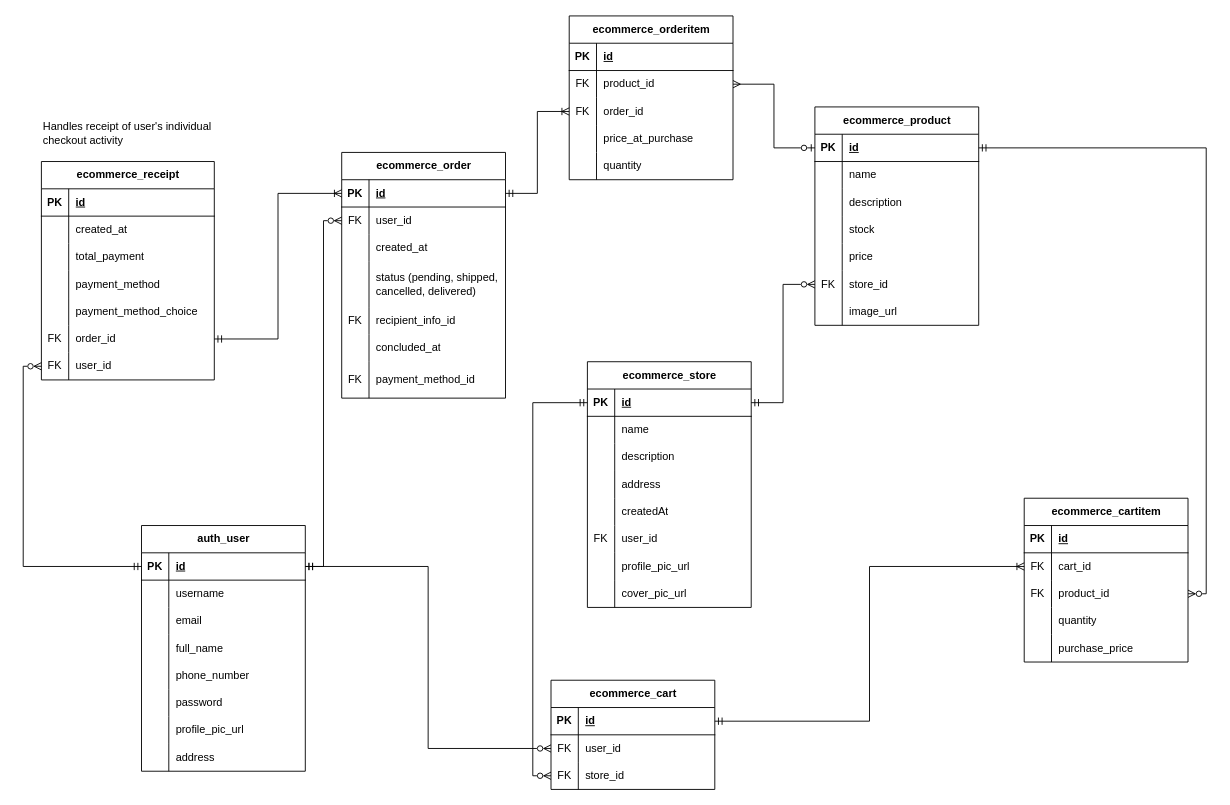
RHILIUS/drawio keeps this draw.io diagram as page "Order a product (Checkout)" (3 of 3) of E-Commerce API ERD.drawio. Above is the earlier version. Source tidied: cells renumbered, new cells numbered last; positions are measured from the earlier drawing's top-left corner, leaving out a move shared by most shapes. Both pictures are drawn from the tidied source at 91%, with x=0, y=0 at pixel (41, 15).
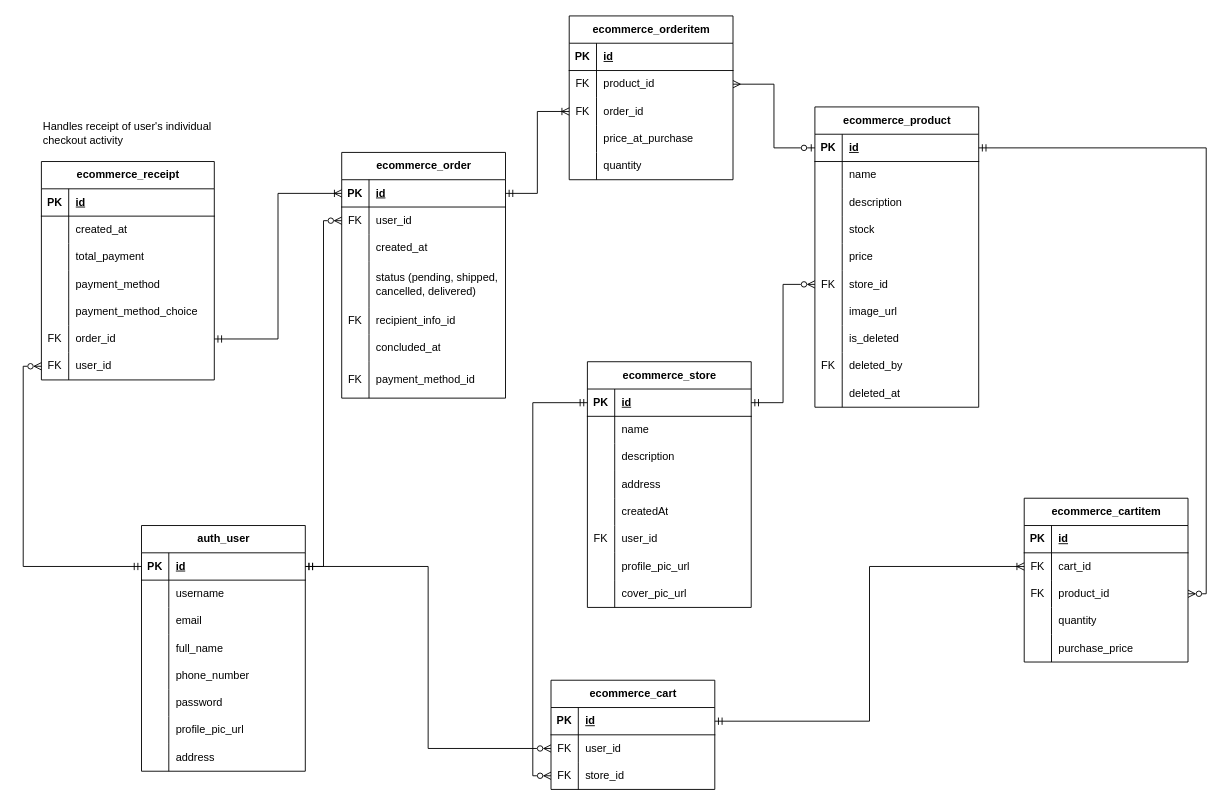
The same page after the edit.

Change to the diagram source:
```diff
@@
     <mxCell id="67" value="ecommerce_product" style="shape=table;startSize=30;childLayout=tableLayout;rowLines=0;fontStyle=1;align=center;html=1;" parent="1" vertex="1">
-      <mxGeometry x="850" y="100" width="180" height="240" as="geometry" />
+      <mxGeometry x="850" y="100" width="180" height="330" as="geometry" />
     </mxCell>
@@
+    <mxCell id="171" style="shape=tableRow;horizontal=0;startSize=0;swimlaneHead=0;swimlaneBody=0;fillColor=none;top=0;left=0;right=0;bottom=0;" parent="67" vertex="1">
+      <mxGeometry y="240" width="180" height="30" as="geometry" />
+    </mxCell>
+    <mxCell id="172" style="shape=partialRectangle;fillColor=none;top=0;left=0;bottom=0;right=0;overflow=hidden;whiteSpace=wrap;html=1;" parent="171" vertex="1">
+      <mxGeometry width="30" height="30" as="geometry" />
+    </mxCell>
+    <mxCell id="173" value="is_deleted" style="shape=partialRectangle;fillColor=none;top=0;left=0;bottom=0;right=0;align=left;spacingLeft=6;overflow=hidden;whiteSpace=wrap;html=1;" parent="171" vertex="1">
+      <mxGeometry x="30" width="150" height="30" as="geometry" />
+    </mxCell>
+    <mxCell id="174" style="shape=tableRow;horizontal=0;startSize=0;swimlaneHead=0;swimlaneBody=0;fillColor=none;top=0;left=0;right=0;bottom=0;" parent="67" vertex="1">
+      <mxGeometry y="270" width="180" height="30" as="geometry" />
+    </mxCell>
+    <mxCell id="175" value="FK" style="shape=partialRectangle;fillColor=none;top=0;left=0;bottom=0;right=0;overflow=hidden;whiteSpace=wrap;html=1;" parent="174" vertex="1">
+      <mxGeometry width="30" height="30" as="geometry" />
+    </mxCell>
+    <mxCell id="176" value="deleted_by" style="shape=partialRectangle;fillColor=none;top=0;left=0;bottom=0;right=0;align=left;spacingLeft=6;overflow=hidden;whiteSpace=wrap;html=1;" parent="174" vertex="1">
+      <mxGeometry x="30" width="150" height="30" as="geometry" />
+    </mxCell>
+    <mxCell id="177" style="shape=tableRow;horizontal=0;startSize=0;swimlaneHead=0;swimlaneBody=0;fillColor=none;top=0;left=0;right=0;bottom=0;" parent="67" vertex="1">
+      <mxGeometry y="300" width="180" height="30" as="geometry" />
+    </mxCell>
+    <mxCell id="178" style="shape=partialRectangle;fillColor=none;top=0;left=0;bottom=0;right=0;overflow=hidden;whiteSpace=wrap;html=1;" parent="177" vertex="1">
+      <mxGeometry width="30" height="30" as="geometry" />
+    </mxCell>
+    <mxCell id="179" value="deleted_at" style="shape=partialRectangle;fillColor=none;top=0;left=0;bottom=0;right=0;align=left;spacingLeft=6;overflow=hidden;whiteSpace=wrap;html=1;" parent="177" vertex="1">
+      <mxGeometry x="30" width="150" height="30" as="geometry" />
+    </mxCell>
```
